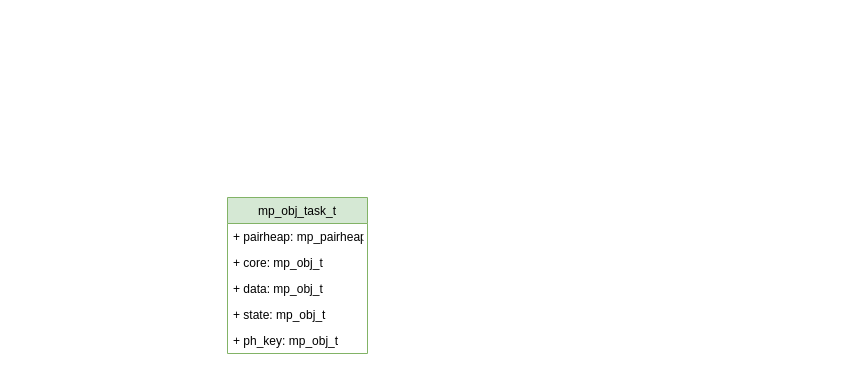
This is uPyIWM/diagrams/async.drawio from over-infinity/-Tutorials, a draw.io file, before an edit. Source tidied: cells renumbered, new cells numbered last; positions are measured from the earlier drawing's top-left corner, leaving out a move shared by most shapes. Both pictures are drawn from the tidied source at 100%, with x=0, y=0 at pixel (227, 197).
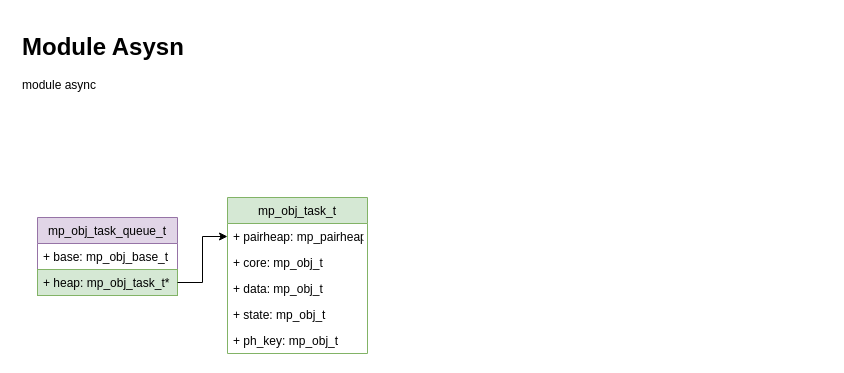
Above is the later version.

The edit, as a diff of the source:
```diff
@@
 <mxGraphModel>
   <root>
     <mxCell id="0" />
     <mxCell id="1" parent="0" />
     <mxCell id="2" value="mp_obj_task_t" style="swimlane;fontStyle=0;horizontal=1;startSize=26;fillColor=#d5e8d4;strokeColor=#82b366;" parent="1" vertex="1">
       <mxGeometry width="140" height="156" as="geometry" />
     </mxCell>
     <mxCell id="3" value="+ pairheap: mp_pairheap_t&#10;" style="text;strokeColor=none;fillColor=none;align=left;verticalAlign=top;spacingLeft=4;spacingRight=4;overflow=hidden;points=[[0,0.5],[1,0.5]];portConstraint=eastwest;" parent="2" vertex="1">
       <mxGeometry y="26" width="140" height="26" as="geometry" />
     </mxCell>
     <mxCell id="4" value="+ core: mp_obj_t" style="text;strokeColor=none;fillColor=none;align=left;verticalAlign=top;spacingLeft=4;spacingRight=4;overflow=hidden;" parent="2" vertex="1">
       <mxGeometry y="52" width="140" height="26" as="geometry" />
     </mxCell>
     <mxCell id="5" value="+ data: mp_obj_t" style="text;strokeColor=none;fillColor=none;align=left;verticalAlign=top;spacingLeft=4;spacingRight=4;overflow=hidden;" parent="2" vertex="1">
       <mxGeometry y="78" width="140" height="26" as="geometry" />
     </mxCell>
     <mxCell id="6" value="+ state: mp_obj_t" style="text;strokeColor=none;fillColor=none;align=left;verticalAlign=top;spacingLeft=4;spacingRight=4;overflow=hidden;" parent="2" vertex="1">
       <mxGeometry y="104" width="140" height="26" as="geometry" />
     </mxCell>
     <mxCell id="7" value="+ ph_key: mp_obj_t" style="text;strokeColor=none;fillColor=none;align=left;verticalAlign=top;spacingLeft=4;spacingRight=4;overflow=hidden;" parent="2" vertex="1">
       <mxGeometry y="130" width="140" height="26" as="geometry" />
     </mxCell>
+    <mxCell id="8" value="mp_obj_task_queue_t" style="swimlane;fontStyle=0;horizontal=1;startSize=26;fillColor=#e1d5e7;strokeColor=#9673a6;" parent="1" vertex="1">
+      <mxGeometry x="-190" y="20" width="140" height="78" as="geometry" />
+    </mxCell>
+    <mxCell id="9" value="+ base: mp_obj_base_t" style="text;strokeColor=none;fillColor=none;align=left;verticalAlign=top;spacingLeft=4;spacingRight=4;overflow=hidden;" parent="8" vertex="1">
+      <mxGeometry y="26" width="140" height="26" as="geometry" />
+    </mxCell>
+    <mxCell id="10" value="+ heap: mp_obj_task_t*" style="text;strokeColor=#82b366;fillColor=#d5e8d4;align=left;verticalAlign=top;spacingLeft=4;spacingRight=4;overflow=hidden;points=[[0,0.5],[1,0.5]];portConstraint=eastwest;" parent="8" vertex="1">
+      <mxGeometry y="52" width="140" height="26" as="geometry" />
+    </mxCell>
+    <mxCell id="11" style="edgeStyle=orthogonalEdgeStyle;rounded=0;jettySize=auto;html=1;" parent="1" edge="1" source="10" target="3">
+      <mxGeometry relative="1" as="geometry" />
+    </mxCell>
+    <mxCell id="12" value="&lt;h1&gt;Module Asysn&lt;br&gt;&lt;/h1&gt;&lt;p&gt;module async&lt;br&gt;&lt;/p&gt;" style="text;html=1;strokeColor=none;fillColor=none;spacing=5;spacingTop=-20;whiteSpace=wrap;overflow=hidden;rounded=0;" parent="1" vertex="1">
+      <mxGeometry x="-210" y="-170" width="810" height="120" as="geometry" />
+    </mxCell>
   </root>
 </mxGraphModel>
```
